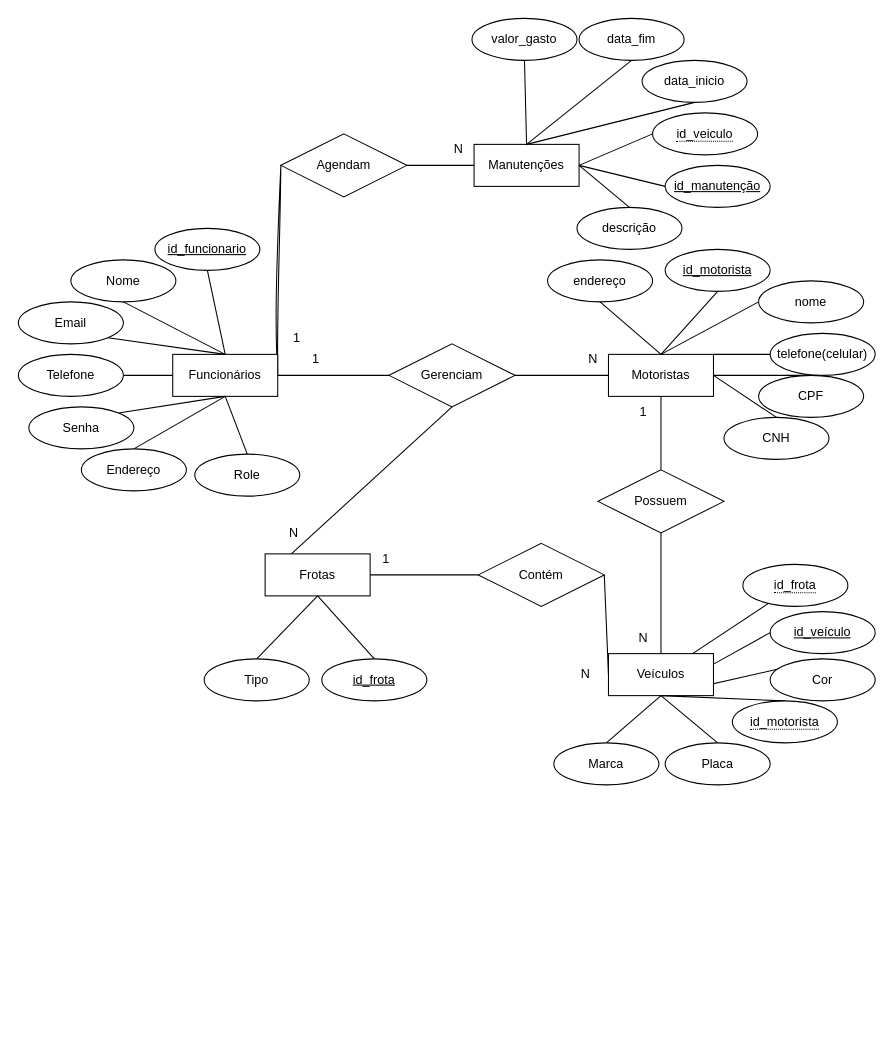
Before: AgroTech Documentos/MER-DER.drawio in RodrickCS/AgroTech, a draw.io diagram. Source tidied: cells renumbered, new cells numbered last; positions are measured from the earlier drawing's top-left corner, leaving out a move shared by most shapes. Both pictures are drawn from the tidied source at 105%, with x=0, y=0 at pixel (18, 18).
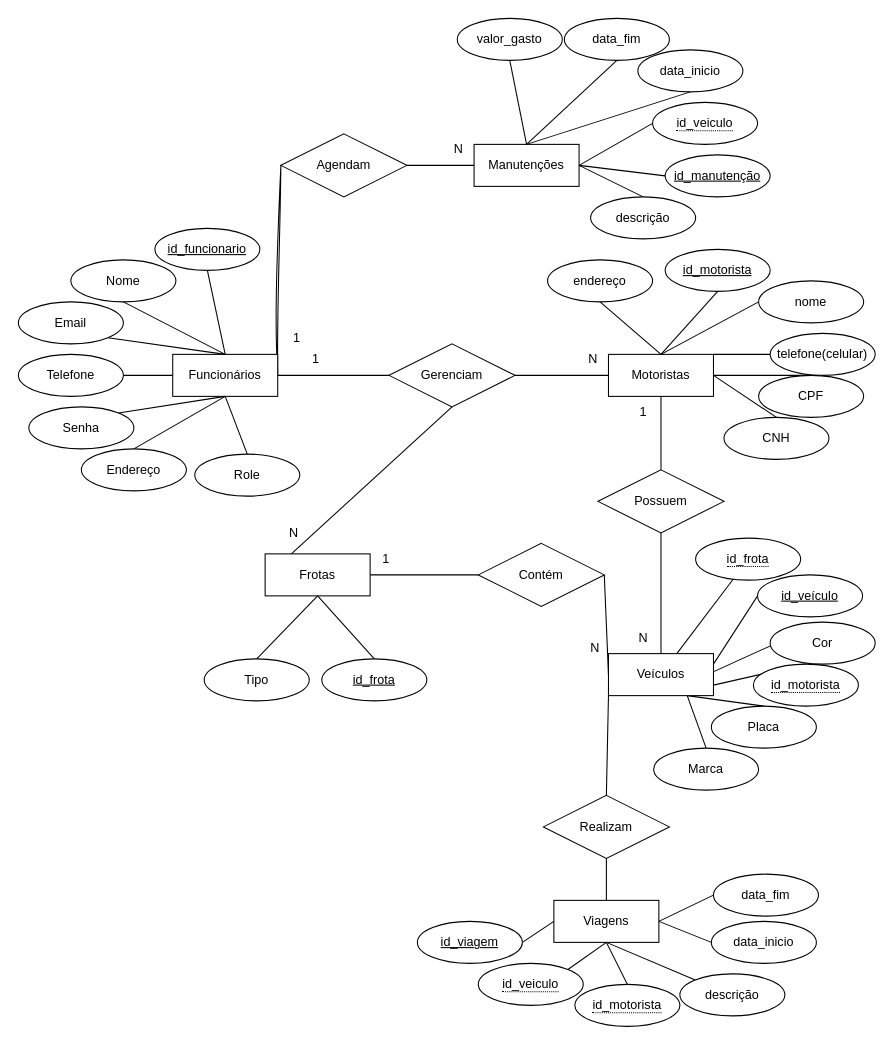
The same diagram, later.

The change refers to these unchanged cells:
```xml
<mxCell id="41" value="Veículos" style="whiteSpace=wrap;html=1;align=center;" parent="1" vertex="1">
  <mxGeometry x="562" y="605" width="100" height="40" as="geometry" />
</mxCell>
```

Change to the diagram source:
```diff
@@
-    <mxCell id="38" style="edgeStyle=none;rounded=0;jettySize=auto;html=1;exitX=0.5;exitY=1;exitDx=0;exitDy=0;entryX=0.5;entryY=0;entryDx=0;entryDy=0;strokeColor=default;endArrow=none;endFill=0;" parent="1" edge="1" source="41" target="47">
+    <mxCell id="38" style="edgeStyle=none;rounded=0;jettySize=auto;html=1;exitX=0.75;exitY=1;exitDx=0;exitDy=0;entryX=0.5;entryY=0;entryDx=0;entryDy=0;strokeColor=default;endArrow=none;endFill=0;" parent="1" edge="1" source="41" target="47">
       <mxGeometry relative="1" as="geometry" />
     </mxCell>
@@
-    <mxCell id="40" style="edgeStyle=none;rounded=0;sketch=0;hachureGap=4;jiggle=2;curveFitting=1;html=1;exitX=0.5;exitY=1;exitDx=0;exitDy=0;entryX=0.5;entryY=0;entryDx=0;entryDy=0;shadow=0;strokeColor=default;fontFamily=Architects Daughter;fontSize=16;endArrow=none;endFill=0;" parent="1" edge="1" source="41" target="46">
+    <mxCell id="40" style="edgeStyle=none;rounded=0;sketch=0;hachureGap=4;jiggle=2;curveFitting=1;html=1;exitX=0.75;exitY=1;exitDx=0;exitDy=0;entryX=0.5;entryY=0;entryDx=0;entryDy=0;shadow=0;strokeColor=default;fontFamily=Architects Daughter;fontSize=16;endArrow=none;endFill=0;" parent="1" edge="1" source="41" target="46">
       <mxGeometry relative="1" as="geometry" />
     </mxCell>
@@
     <mxCell id="45" value="id_veículo" style="ellipse;whiteSpace=wrap;html=1;align=center;fontStyle=4;" parent="1" vertex="1">
-      <mxGeometry x="716" y="565" width="100" height="40" as="geometry" />
+      <mxGeometry x="704" y="530" width="100" height="40" as="geometry" />
     </mxCell>
     <mxCell id="46" value="Marca" style="ellipse;whiteSpace=wrap;html=1;align=center;" parent="1" vertex="1">
-      <mxGeometry x="510" y="690" width="100" height="40" as="geometry" />
+      <mxGeometry x="605" y="695" width="100" height="40" as="geometry" />
     </mxCell>
     <mxCell id="47" value="Placa" style="ellipse;whiteSpace=wrap;html=1;align=center;" parent="1" vertex="1">
-      <mxGeometry x="616" y="690" width="100" height="40" as="geometry" />
+      <mxGeometry x="660" y="655" width="100" height="40" as="geometry" />
     </mxCell>
     <mxCell id="48" value="Cor" style="ellipse;whiteSpace=wrap;html=1;align=center;" parent="1" vertex="1">
-      <mxGeometry x="716" y="610" width="100" height="40" as="geometry" />
+      <mxGeometry x="716" y="575" width="100" height="40" as="geometry" />
     </mxCell>
@@
     <mxCell id="50" value="&lt;span style=&quot;border-bottom: 1px dotted&quot;&gt;id_frota&lt;/span&gt;" style="ellipse;whiteSpace=wrap;html=1;align=center;" parent="1" vertex="1">
-      <mxGeometry x="690" y="520" width="100" height="40" as="geometry" />
+      <mxGeometry x="645" y="495" width="100" height="40" as="geometry" />
     </mxCell>
-    <mxCell id="51" style="edgeStyle=none;rounded=0;jettySize=auto;html=1;exitX=0.5;exitY=0;exitDx=0;exitDy=0;entryX=0.5;entryY=1;entryDx=0;entryDy=0;strokeColor=default;endArrow=none;endFill=0;" parent="1" edge="1" source="52" target="41">
+    <mxCell id="51" style="edgeStyle=none;rounded=0;jettySize=auto;html=1;exitX=0.5;exitY=0;exitDx=0;exitDy=0;entryX=1;entryY=0.75;entryDx=0;entryDy=0;strokeColor=default;endArrow=none;endFill=0;" parent="1" edge="1" source="52" target="41">
       <mxGeometry relative="1" as="geometry" />
     </mxCell>
     <mxCell id="52" value="&lt;span style=&quot;border-bottom: 1px dotted&quot;&gt;id_motorista&lt;/span&gt;" style="ellipse;whiteSpace=wrap;html=1;align=center;" parent="1" vertex="1">
-      <mxGeometry x="680" y="650" width="100" height="40" as="geometry" />
+      <mxGeometry x="700" y="615" width="100" height="40" as="geometry" />
     </mxCell>
@@
     <mxCell id="56" value="N" style="text;html=1;align=center;verticalAlign=middle;strokeColor=none;fillColor=none;" parent="1" vertex="1">
-      <mxGeometry x="525" y="610" width="30" height="30" as="geometry" />
+      <mxGeometry x="534" y="585" width="30" height="30" as="geometry" />
     </mxCell>
@@
     <mxCell id="67" value="&lt;span style=&quot;border-bottom: 1px dotted&quot;&gt;id_veiculo&lt;/span&gt;" style="ellipse;whiteSpace=wrap;html=1;align=center;" parent="1" vertex="1">
-      <mxGeometry x="604" y="90" width="100" height="40" as="geometry" />
+      <mxGeometry x="604" y="80" width="100" height="40" as="geometry" />
     </mxCell>
@@
     <mxCell id="69" value="data_inicio" style="ellipse;whiteSpace=wrap;html=1;align=center;" parent="1" vertex="1">
-      <mxGeometry x="594" y="40" width="100" height="40" as="geometry" />
+      <mxGeometry x="590" y="30" width="100" height="40" as="geometry" />
     </mxCell>
     <mxCell id="70" value="valor_gasto" style="ellipse;whiteSpace=wrap;html=1;align=center;" parent="1" vertex="1">
-      <mxGeometry x="432" width="100" height="40" as="geometry" />
+      <mxGeometry x="418" width="100" height="40" as="geometry" />
     </mxCell>
@@
     <mxCell id="72" value="descrição" style="ellipse;whiteSpace=wrap;html=1;align=center;" parent="1" vertex="1">
-      <mxGeometry x="532" y="180" width="100" height="40" as="geometry" />
+      <mxGeometry x="545" y="170" width="100" height="40" as="geometry" />
     </mxCell>
@@
     <mxCell id="74" value="data_fim" style="ellipse;whiteSpace=wrap;html=1;align=center;" parent="1" vertex="1">
-      <mxGeometry x="534" width="100" height="40" as="geometry" />
+      <mxGeometry x="520" width="100" height="40" as="geometry" />
     </mxCell>
     <mxCell id="75" value="id_manutenção" style="ellipse;whiteSpace=wrap;html=1;align=center;fontStyle=4;" parent="1" vertex="1">
-      <mxGeometry x="616" y="140" width="100" height="40" as="geometry" />
+      <mxGeometry x="616" y="130" width="100" height="40" as="geometry" />
     </mxCell>
@@
+    <mxCell id="85" value="Realizam" style="shape=rhombus;perimeter=rhombusPerimeter;whiteSpace=wrap;html=1;align=center;" parent="1" vertex="1">
+      <mxGeometry x="500" y="740" width="120" height="60" as="geometry" />
+    </mxCell>
+    <mxCell id="86" style="edgeStyle=none;html=1;exitX=0.5;exitY=0;exitDx=0;exitDy=0;entryX=0;entryY=1;entryDx=0;entryDy=0;endArrow=none;endFill=0;" parent="1" edge="1" source="85" target="41">
+      <mxGeometry relative="1" as="geometry" />
+    </mxCell>
+    <mxCell id="87" style="edgeStyle=none;html=1;exitX=0.5;exitY=1;exitDx=0;exitDy=0;endArrow=none;endFill=0;entryX=0.5;entryY=0;entryDx=0;entryDy=0;" parent="1" edge="1" source="85" target="88">
+      <mxGeometry relative="1" as="geometry" />
+    </mxCell>
+    <mxCell id="88" value="Viagens" style="whiteSpace=wrap;html=1;align=center;" parent="1" vertex="1">
+      <mxGeometry x="510" y="840" width="100" height="40" as="geometry" />
+    </mxCell>
+    <mxCell id="89" style="edgeStyle=none;rounded=0;hachureGap=4;html=1;exitX=1;exitY=0.5;exitDx=0;exitDy=0;entryX=0;entryY=0.5;entryDx=0;entryDy=0;fontFamily=Architects Daughter;fontSize=16;endArrow=none;endFill=0;" parent="1" edge="1" source="90" target="88">
+      <mxGeometry relative="1" as="geometry" />
+    </mxCell>
+    <mxCell id="90" value="id_viagem" style="ellipse;whiteSpace=wrap;html=1;align=center;fontStyle=4;" parent="1" vertex="1">
+      <mxGeometry x="380" y="860" width="100" height="40" as="geometry" />
+    </mxCell>
+    <mxCell id="91" style="edgeStyle=none;rounded=0;sketch=0;hachureGap=4;jiggle=2;curveFitting=1;html=1;exitX=1;exitY=0;exitDx=0;exitDy=0;entryX=0.5;entryY=1;entryDx=0;entryDy=0;fontFamily=Architects Daughter;fontSize=16;endArrow=none;endFill=0;" parent="1" edge="1" source="92" target="88">
+      <mxGeometry relative="1" as="geometry" />
+    </mxCell>
+    <mxCell id="92" value="&lt;span style=&quot;border-bottom: 1px dotted&quot;&gt;id_veiculo&lt;/span&gt;" style="ellipse;whiteSpace=wrap;html=1;align=center;" parent="1" vertex="1">
+      <mxGeometry x="438" y="900" width="100" height="40" as="geometry" />
+    </mxCell>
+    <mxCell id="93" style="edgeStyle=none;rounded=0;sketch=0;hachureGap=4;jiggle=2;curveFitting=1;html=1;exitX=0.5;exitY=0;exitDx=0;exitDy=0;fontFamily=Architects Daughter;fontSize=16;endArrow=none;endFill=0;" parent="1" edge="1" source="94">
+      <mxGeometry relative="1" as="geometry">
+        <mxPoint x="560" y="880" as="targetPoint" />
+      </mxGeometry>
+    </mxCell>
+    <mxCell id="94" value="&lt;span style=&quot;border-bottom: 1px dotted&quot;&gt;id_motorista&lt;/span&gt;" style="ellipse;whiteSpace=wrap;html=1;align=center;" parent="1" vertex="1">
+      <mxGeometry x="530" y="920" width="100" height="40" as="geometry" />
+    </mxCell>
+    <mxCell id="95" style="edgeStyle=none;rounded=0;sketch=0;hachureGap=4;jiggle=2;curveFitting=1;html=1;exitX=0;exitY=0;exitDx=0;exitDy=0;entryX=0.5;entryY=1;entryDx=0;entryDy=0;fontFamily=Architects Daughter;fontSize=16;endArrow=none;endFill=0;" parent="1" edge="1" source="96" target="88">
+      <mxGeometry relative="1" as="geometry" />
+    </mxCell>
+    <mxCell id="96" value="descrição" style="ellipse;whiteSpace=wrap;html=1;align=center;" parent="1" vertex="1">
+      <mxGeometry x="630" y="910" width="100" height="40" as="geometry" />
+    </mxCell>
+    <mxCell id="97" style="edgeStyle=none;rounded=0;sketch=0;hachureGap=4;jiggle=2;curveFitting=1;html=1;exitX=0;exitY=0.5;exitDx=0;exitDy=0;entryX=1;entryY=0.5;entryDx=0;entryDy=0;fontFamily=Architects Daughter;fontSize=16;endArrow=none;endFill=0;" parent="1" edge="1" source="98" target="88">
+      <mxGeometry relative="1" as="geometry" />
+    </mxCell>
+    <mxCell id="98" value="data_inicio" style="ellipse;whiteSpace=wrap;html=1;align=center;" parent="1" vertex="1">
+      <mxGeometry x="660" y="860" width="100" height="40" as="geometry" />
+    </mxCell>
+    <mxCell id="99" style="edgeStyle=none;rounded=0;sketch=0;hachureGap=4;jiggle=2;curveFitting=1;html=1;exitX=0;exitY=0.5;exitDx=0;exitDy=0;fontFamily=Architects Daughter;fontSize=16;endArrow=none;endFill=0;" parent="1" edge="1" source="100">
+      <mxGeometry relative="1" as="geometry">
+        <mxPoint x="610" y="860" as="targetPoint" />
+      </mxGeometry>
+    </mxCell>
+    <mxCell id="100" value="data_fim" style="ellipse;whiteSpace=wrap;html=1;align=center;" parent="1" vertex="1">
+      <mxGeometry x="662" y="815" width="100" height="40" as="geometry" />
+    </mxCell>
```
